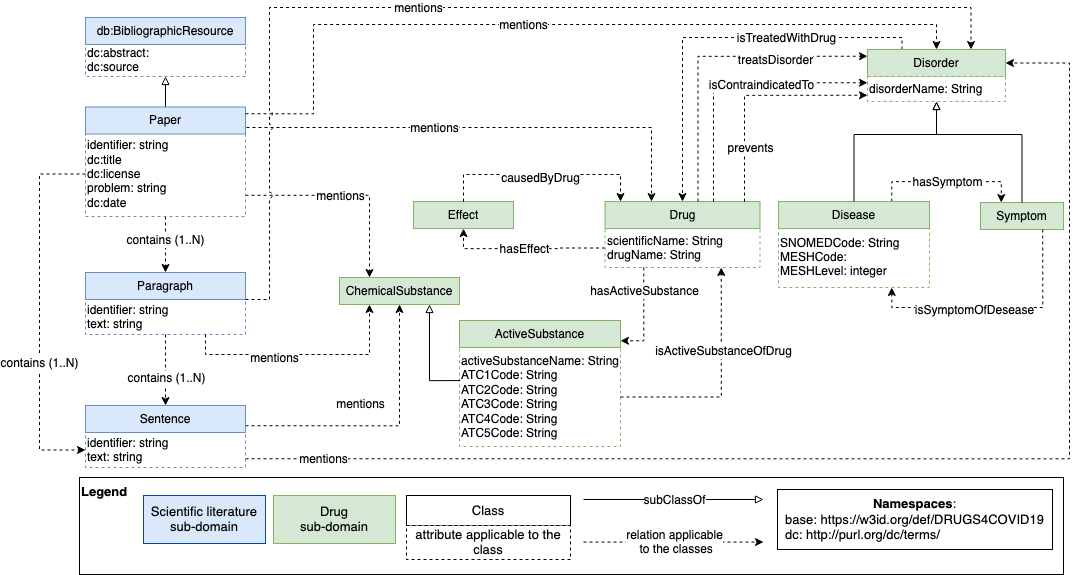
mariapoveda/DRUGS4COVID19 keeps this draw.io diagram as OnToology/ontology/onto.owl/documentation/resources/images/model.png. Above is the earlier version. Source tidied: cells renumbered, new cells last; positions are measured from the earlier drawing's top-left corner, leaving out a move shared by most shapes.
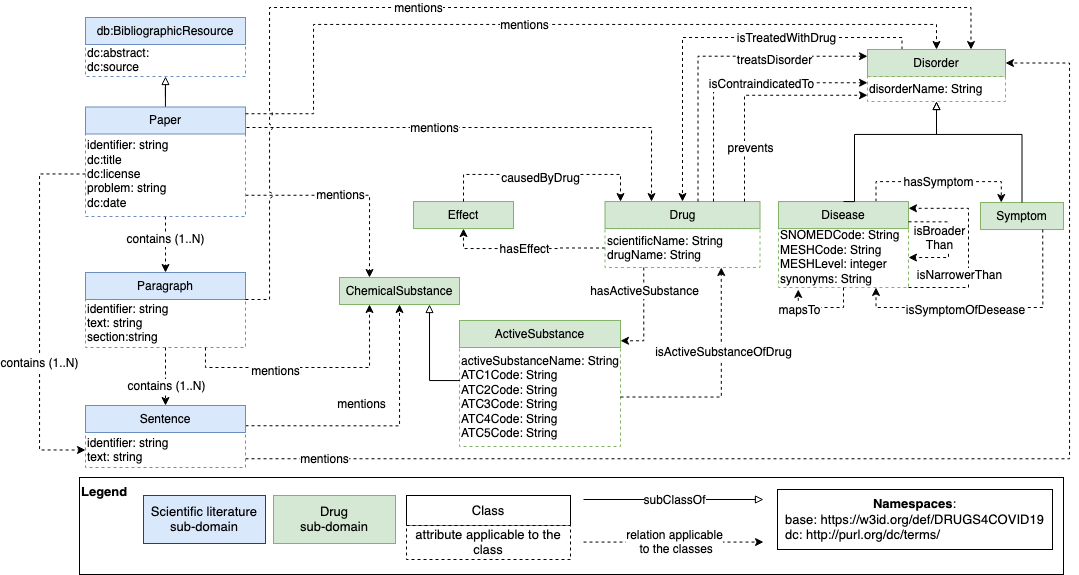
Later version of the same file.

Commit message:
added broader and narrowe

Change to the diagram source:
```diff
@@ -215,11 +215,11 @@
         </Array>
       </mxGeometry>
     </mxCell>
-    <mxCell id="54" value="&lt;div&gt;SNOMEDCode: String&lt;/div&gt;&lt;div&gt;MESHCode: &lt;br&gt;&lt;/div&gt;&lt;div&gt;MESHLevel: integer&lt;br&gt;&lt;/div&gt;" style="rounded=0;whiteSpace=wrap;html=1;align=left;fillColor=#FFFFFF;strokeColor=#82b366;dashed=1;" parent="1" vertex="1">
-      <mxGeometry x="739" y="220.1" width="151" height="59.9" as="geometry" />
+    <mxCell id="54" value="&lt;div&gt;SNOMEDCode: String&lt;/div&gt;&lt;div&gt;MESHCode: String&lt;br&gt;&lt;/div&gt;&lt;div&gt;MESHLevel: integer&lt;br&gt;&lt;/div&gt;&lt;div&gt;synonyms: String&lt;/div&gt;" style="rounded=0;whiteSpace=wrap;html=1;align=left;fillColor=#FFFFFF;strokeColor=#82b366;dashed=1;" parent="1" vertex="1">
+      <mxGeometry x="739" y="220.1" width="130" height="59.9" as="geometry" />
     </mxCell>
     <mxCell id="55" value="Disease" style="rounded=0;whiteSpace=wrap;html=1;fillColor=#d5e8d4;strokeColor=#82b366;" parent="1" vertex="1">
-      <mxGeometry x="739" y="194.1" width="151" height="27" as="geometry" />
+      <mxGeometry x="739" y="194.1" width="130" height="27" as="geometry" />
     </mxCell>
     <mxCell id="56" value="disorderName: String" style="rounded=0;whiteSpace=wrap;html=1;align=left;fillColor=#FFFFFF;strokeColor=#82b366;dashed=1;" parent="1" vertex="1">
       <mxGeometry x="828" y="69" width="138" height="25" as="geometry" />
@@ -257,8 +257,8 @@
         <mxPoint x="57.8" y="1" as="offset" />
       </mxGeometry>
     </mxCell>
-    <mxCell id="63" value="identifier: string&lt;br&gt;text: string" style="rounded=0;whiteSpace=wrap;html=1;align=left;fillColor=#FFFFFF;strokeColor=#6c8ebf;dashed=1;" parent="1" vertex="1">
-      <mxGeometry x="46" y="292" width="160" height="35" as="geometry" />
+    <mxCell id="63" value="identifier: string&lt;br&gt;text: string&lt;br&gt;section:string" style="rounded=0;whiteSpace=wrap;html=1;align=left;fillColor=#FFFFFF;strokeColor=#6c8ebf;dashed=1;" parent="1" vertex="1">
+      <mxGeometry x="46" y="292" width="160" height="48" as="geometry" />
     </mxCell>
     <mxCell id="64" value="Paragraph" style="rounded=0;whiteSpace=wrap;html=1;fillColor=#dae8fc;strokeColor=#6c8ebf;" parent="1" vertex="1">
       <mxGeometry x="46" y="265" width="160" height="27" as="geometry" />
@@ -314,5 +314,39 @@
         <mxPoint x="57.8" y="1" as="offset" />
       </mxGeometry>
     </mxCell>
+    <mxCell id="75" style="edgeStyle=orthogonalEdgeStyle;rounded=0;orthogonalLoop=1;jettySize=auto;html=1;endArrow=classic;endFill=1;dashed=1;entryX=0.152;entryY=1.033;entryDx=0;entryDy=0;exitX=0.5;exitY=1;exitDx=0;exitDy=0;entryPerimeter=0;" parent="1" edge="1" source="54" target="54">
+      <mxGeometry relative="1" as="geometry" />
+    </mxCell>
+    <mxCell id="76" value="mapsTo" style="text;html=1;align=center;verticalAlign=middle;labelBackgroundColor=#ffffff;" parent="75" vertex="1">
+      <mxGeometry x="-0.01" y="-1" relative="1" as="geometry">
+        <mxPoint x="-24" y="3" as="offset" />
+      </mxGeometry>
+    </mxCell>
+    <mxCell id="77" style="edgeStyle=orthogonalEdgeStyle;rounded=0;jettySize=auto;html=1;endArrow=classic;endFill=1;dashed=1;entryX=1;entryY=0.5;entryDx=0;entryDy=0;exitX=1;exitY=0.75;exitDx=0;exitDy=0;" parent="1" edge="1" source="55" target="54">
+      <mxGeometry relative="1" as="geometry">
+        <Array as="points">
+          <mxPoint x="909" y="214" />
+          <mxPoint x="909" y="250" />
+        </Array>
+      </mxGeometry>
+    </mxCell>
+    <mxCell id="78" value="isBroader&lt;br&gt;Than" style="text;html=1;align=center;verticalAlign=middle;labelBackgroundColor=#ffffff;" parent="77" vertex="1">
+      <mxGeometry x="-0.01" y="-1" relative="1" as="geometry">
+        <mxPoint x="-9" y="-1.3" as="offset" />
+      </mxGeometry>
+    </mxCell>
+    <mxCell id="79" style="edgeStyle=orthogonalEdgeStyle;rounded=0;jettySize=auto;html=1;endArrow=classic;endFill=1;dashed=1;entryX=1;entryY=0.25;entryDx=0;entryDy=0;exitX=1;exitY=1;exitDx=0;exitDy=0;" parent="1" edge="1" source="54" target="55">
+      <mxGeometry relative="1" as="geometry">
+        <Array as="points">
+          <mxPoint x="929" y="280" />
+          <mxPoint x="929" y="201" />
+        </Array>
+      </mxGeometry>
+    </mxCell>
+    <mxCell id="80" value="isNarrowerThan" style="text;html=1;align=center;verticalAlign=middle;labelBackgroundColor=#ffffff;" parent="79" vertex="1">
+      <mxGeometry x="-0.01" y="-1" relative="1" as="geometry">
+        <mxPoint x="-11" y="26" as="offset" />
+      </mxGeometry>
+    </mxCell>
   </root>
 </mxGraphModel>
```
